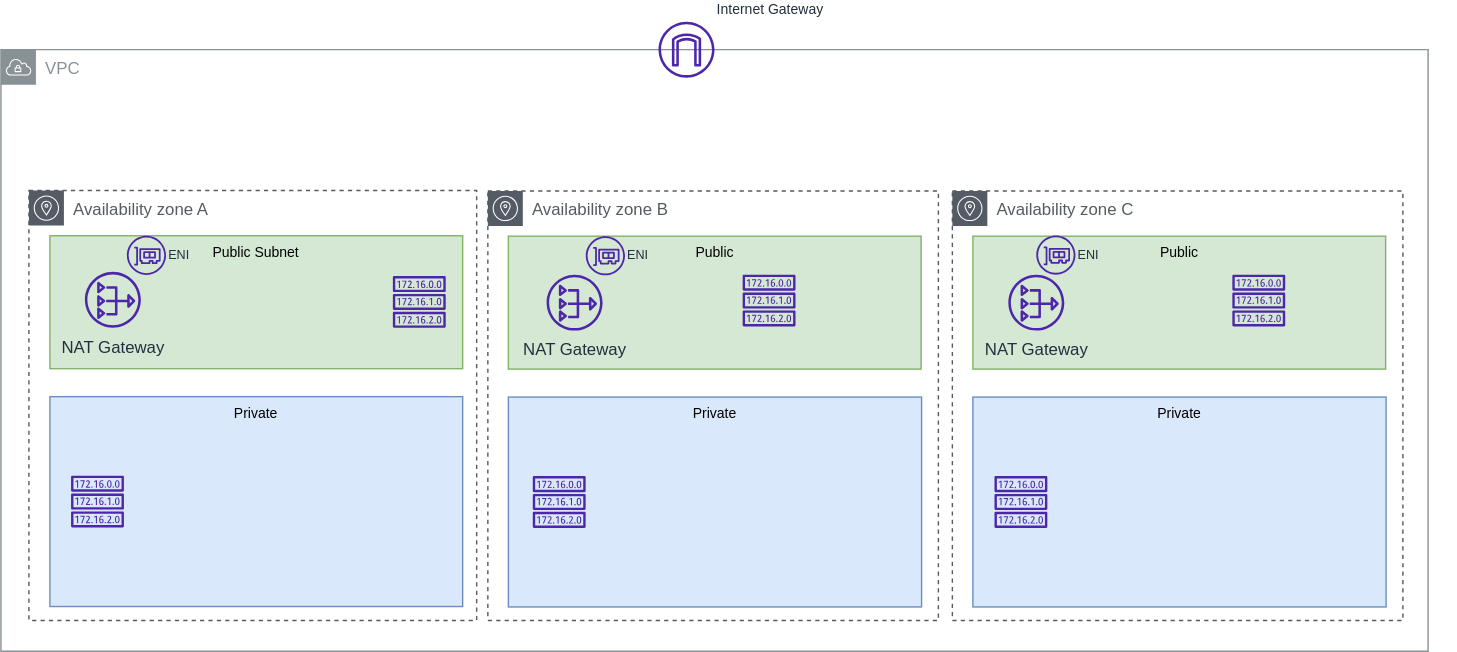
This is docs/labs/diagrams/networking-stack.drawio.svg from jbcodeforce/aws-messaging-samples, a draw.io export, as it was before one commit. Source tidied: cells renumbered, new cells last; positions are measured from the earlier drawing's top-left corner, leaving out a move shared by most shapes.
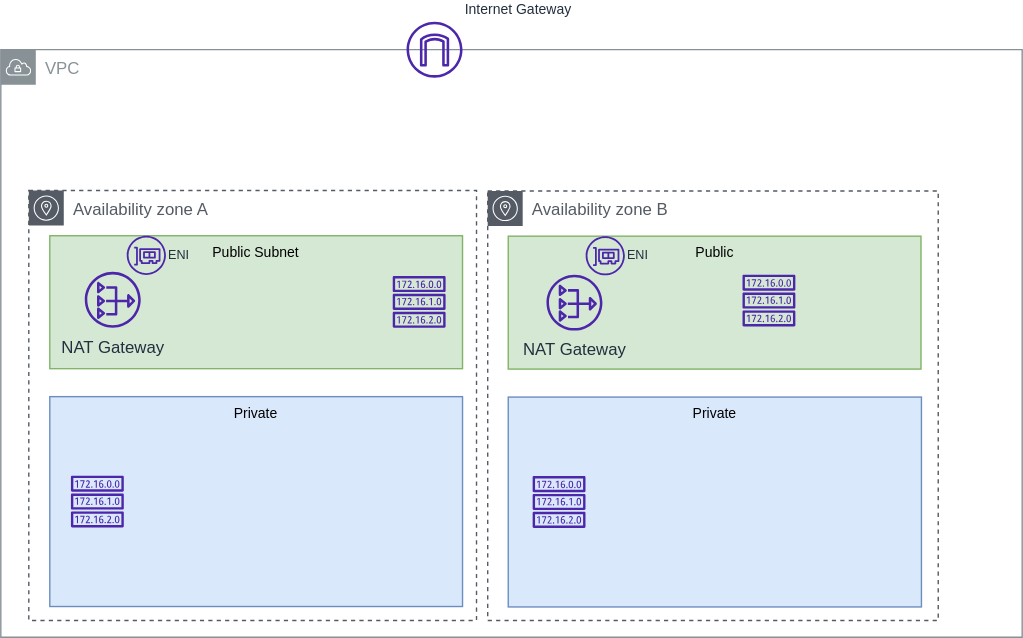
The same file after the commit.

The edit, as a diff of the source:
```diff
@@ -3,7 +3,7 @@
     <mxCell id="0" />
     <mxCell id="1" parent="0" />
     <mxCell id="2" value="VPC" style="sketch=0;gradientColor=none;html=1;whiteSpace=wrap;fontSize=12;fontStyle=0;shape=mxgraph.aws4.group;grIcon=mxgraph.aws4.group_vpc;strokeColor=#879196;fillColor=none;verticalAlign=top;align=left;spacingLeft=30;fontColor=#879196;dashed=0;" parent="1" vertex="1">
-      <mxGeometry y="20" width="1020" height="430" as="geometry" />
+      <mxGeometry y="20" width="730" height="420" as="geometry" />
     </mxCell>
     <mxCell id="3" value="Availability zone A" style="sketch=0;gradientColor=none;html=1;whiteSpace=wrap;fontSize=12;fontStyle=0;shape=mxgraph.aws4.group;grIcon=mxgraph.aws4.group_availability_zone;strokeColor=#545B64;fillColor=none;verticalAlign=top;align=left;spacingLeft=30;fontColor=#545B64;dashed=1;" parent="1" vertex="1">
       <mxGeometry x="20" y="120.7" width="320" height="307.3" as="geometry" />
@@ -14,11 +14,8 @@
     <mxCell id="5" value="Public Subnet" style="rounded=0;whiteSpace=wrap;html=1;fillColor=#d5e8d4;strokeColor=#82b366;fontSize=10;verticalAlign=top;" parent="1" vertex="1">
       <mxGeometry x="35" y="153" width="295" height="95" as="geometry" />
     </mxCell>
-    <mxCell id="6" style="sketch=0;fontColor=#232F3E;gradientColor=#F78E04;gradientDirection=north;fillColor=#D05C17;strokeColor=#ffffff;dashed=0;verticalLabelPosition=bottom;verticalAlign=top;align=center;html=1;fontSize=12;fontStyle=0;shape=mxgraph.aws4.resourceIcon;resIcon=mxgraph.aws4.auto_scaling2;" parent="1" vertex="1">
-      <mxGeometry x="868" y="272" width="22" height="22" as="geometry" />
-    </mxCell>
     <mxCell id="7" value="Internet Gateway" style="sketch=0;fontColor=#232F3E;gradientColor=none;fillColor=#4D27AA;strokeColor=none;dashed=0;verticalLabelPosition=top;verticalAlign=bottom;align=left;html=1;fontSize=10;fontStyle=0;shape=mxgraph.aws4.internet_gateway;labelPosition=right;" parent="1" vertex="1">
-      <mxGeometry x="470" width="40" height="40" as="geometry" />
+      <mxGeometry x="290" width="40" height="40" as="geometry" />
     </mxCell>
     <mxCell id="8" value="NAT Gateway" style="sketch=0;fontColor=#232F3E;gradientColor=none;fillColor=#4D27AA;strokeColor=none;dashed=0;verticalLabelPosition=bottom;verticalAlign=top;align=center;html=1;fontSize=12;fontStyle=0;shape=mxgraph.aws4.nat_gateway;" parent="1" vertex="1">
       <mxGeometry x="60" y="178.8" width="40" height="40" as="geometry" />
@@ -47,30 +44,6 @@
     <mxCell id="16" value="ENI" style="sketch=0;fontColor=#232F3E;gradientColor=none;fillColor=#4D27AA;strokeColor=none;dashed=0;verticalLabelPosition=middle;verticalAlign=middle;align=left;html=1;fontSize=9;fontStyle=0;shape=mxgraph.aws4.elastic_network_interface;labelPosition=right;" parent="9" vertex="1">
       <mxGeometry x="70" y="32.3" width="28" height="28" as="geometry" />
     </mxCell>
-    <mxCell id="17" style="group;" parent="1" vertex="1">
-      <mxGeometry x="680" y="121" width="360" height="307" as="geometry" />
-    </mxCell>
-    <mxCell id="18" value="Availability zone C" style="sketch=0;gradientColor=none;html=1;whiteSpace=wrap;fontSize=12;fontStyle=0;shape=mxgraph.aws4.group;grIcon=mxgraph.aws4.group_availability_zone;strokeColor=#545B64;fillColor=none;verticalAlign=top;align=left;spacingLeft=30;fontColor=#545B64;dashed=1;" parent="17" vertex="1">
-      <mxGeometry width="322" height="307" as="geometry" />
-    </mxCell>
-    <mxCell id="19" value="Private" style="rounded=0;whiteSpace=wrap;html=1;fillColor=#dae8fc;strokeColor=#6c8ebf;fontSize=10;verticalAlign=top;" parent="17" vertex="1">
-      <mxGeometry x="14.7" y="147.3" width="295.3" height="150" as="geometry" />
-    </mxCell>
-    <mxCell id="20" value="Public" style="rounded=0;whiteSpace=wrap;html=1;fillColor=#d5e8d4;strokeColor=#82b366;fontSize=10;verticalAlign=top;" parent="17" vertex="1">
-      <mxGeometry x="14.7" y="32.3" width="295" height="95" as="geometry" />
-    </mxCell>
-    <mxCell id="21" value="NAT Gateway" style="sketch=0;fontColor=#232F3E;gradientColor=none;fillColor=#4D27AA;strokeColor=none;dashed=0;verticalLabelPosition=bottom;verticalAlign=top;align=center;html=1;fontSize=12;fontStyle=0;shape=mxgraph.aws4.nat_gateway;" parent="17" vertex="1">
-      <mxGeometry x="40" y="59.8" width="40" height="40" as="geometry" />
-    </mxCell>
-    <mxCell id="22" style="sketch=0;fontColor=#232F3E;gradientColor=none;fillColor=#4D27AA;strokeColor=none;dashed=0;verticalLabelPosition=bottom;verticalAlign=top;align=center;html=1;fontSize=12;fontStyle=0;shape=mxgraph.aws4.route_table;" parent="17" vertex="1">
-      <mxGeometry x="30" y="203.8" width="38" height="37" as="geometry" />
-    </mxCell>
-    <mxCell id="23" style="sketch=0;fontColor=#232F3E;gradientColor=none;fillColor=#4D27AA;strokeColor=none;dashed=0;verticalLabelPosition=bottom;verticalAlign=top;align=center;html=1;fontSize=12;fontStyle=0;shape=mxgraph.aws4.route_table;" parent="17" vertex="1">
-      <mxGeometry x="200" y="59.8" width="38" height="37" as="geometry" />
-    </mxCell>
-    <mxCell id="24" value="ENI" style="sketch=0;fontColor=#232F3E;gradientColor=none;fillColor=#4D27AA;strokeColor=none;dashed=0;verticalLabelPosition=middle;verticalAlign=middle;align=left;html=1;fontSize=9;fontStyle=0;shape=mxgraph.aws4.elastic_network_interface;labelPosition=right;" parent="17" vertex="1">
-      <mxGeometry x="60" y="31.8" width="28" height="28" as="geometry" />
-    </mxCell>
     <mxCell id="25" style="sketch=0;fontColor=#232F3E;gradientColor=none;fillColor=#4D27AA;strokeColor=none;dashed=0;verticalLabelPosition=bottom;verticalAlign=top;align=center;html=1;fontSize=12;fontStyle=0;shape=mxgraph.aws4.route_table;" parent="1" vertex="1">
       <mxGeometry x="280" y="181.8" width="38" height="37" as="geometry" />
     </mxCell>
```
